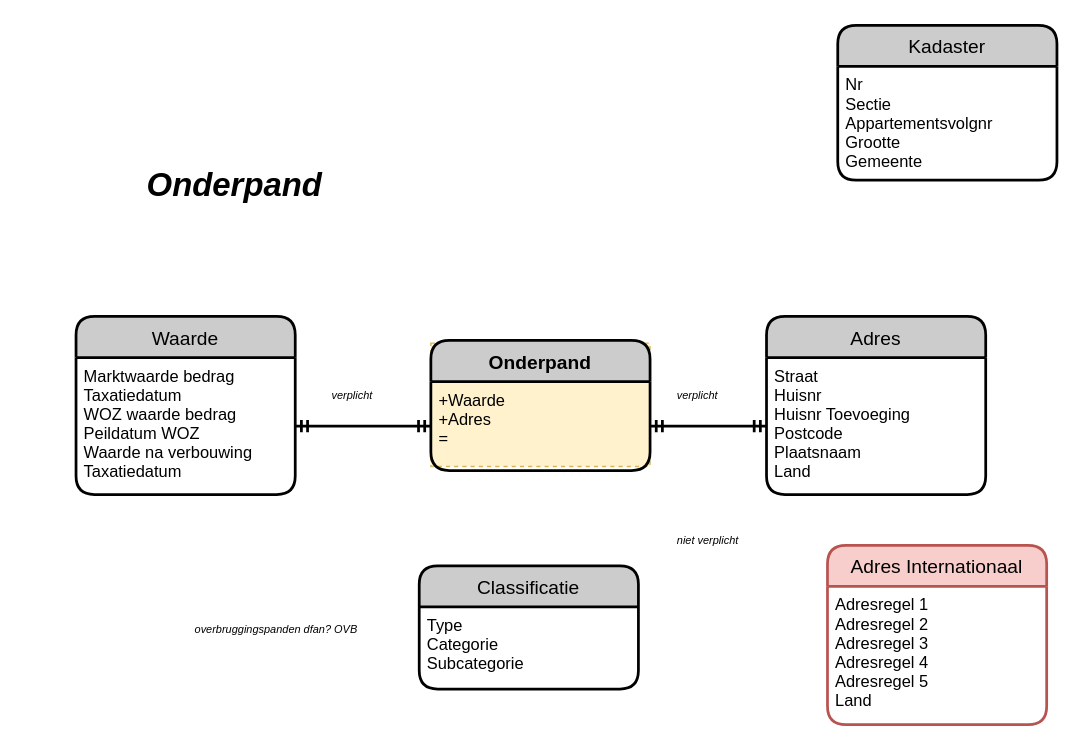
luchthandel/diagrams keeps this draw.io diagram as page "Onderpand" (3 of 6) of 3rdParty-HDN.drawio. Above is the earlier version. Source tidied: cells renumbered, new cells numbered last; positions are measured from the earlier drawing's top-left corner, leaving out a move shared by most shapes. Both pictures are drawn from the tidied source at 137%, with x=0, y=0 at pixel (75, 25).
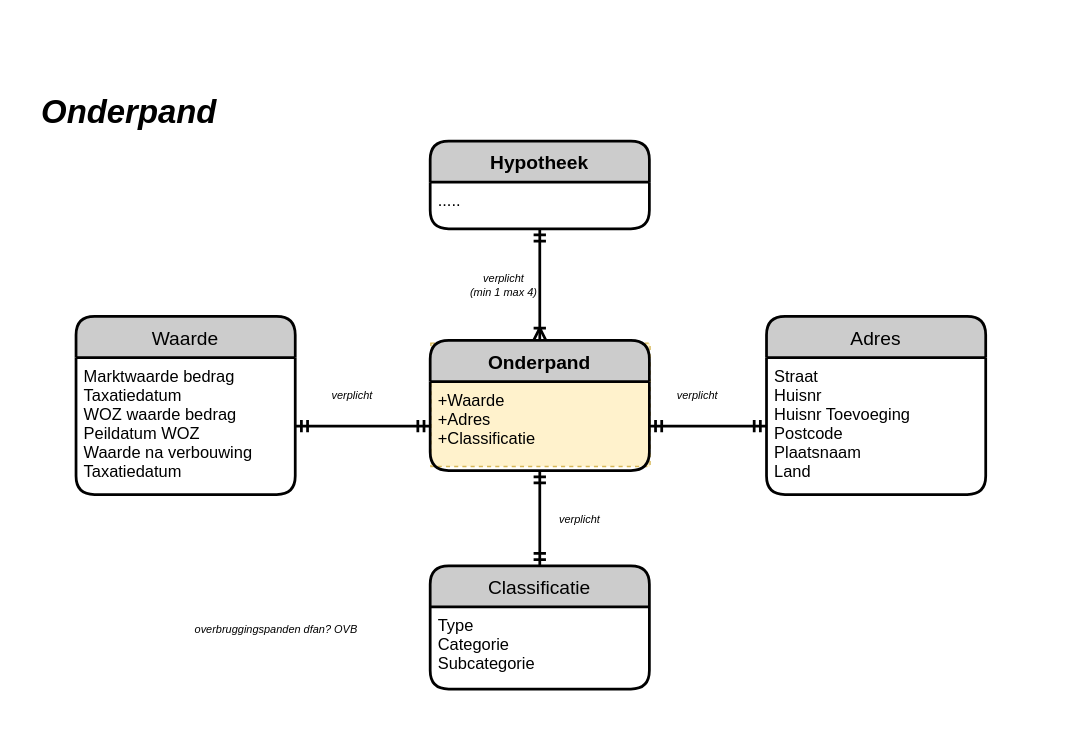
The same diagram, later.

What changed in the source:
```diff
@@
     <mxCell id="3" value="Onderpand" style="swimlane;horizontal=1;startSize=30;fillColor=#CCCCCC;fontColor=#000000;rounded=1;fontSize=14;fontStyle=1;strokeWidth=2;shadow=0;dashed=0;align=center;" parent="1" vertex="1">
-      <mxGeometry x="259" y="230" width="160" height="95" as="geometry" />
+      <mxGeometry x="258.5" y="230" width="160" height="95" as="geometry" />
     </mxCell>
-    <mxCell id="4" value="+Waarde&#10;+Adres&#10;=" style="align=left;strokeColor=none;fillColor=none;spacingLeft=4;fontSize=12;verticalAlign=top;" parent="3" vertex="1">
+    <mxCell id="4" value="+Waarde&#10;+Adres&#10;+Classificatie" style="align=left;strokeColor=none;fillColor=none;spacingLeft=4;fontSize=12;verticalAlign=top;" parent="3" vertex="1">
       <mxGeometry y="30" width="160" height="65" as="geometry" />
     </mxCell>
     <mxCell id="5" value="Classificatie" style="swimlane;horizontal=1;startSize=30;fillColor=#CCCCCC;fontColor=#000000;rounded=1;fontSize=14;fontStyle=0;strokeWidth=2;shadow=0;dashed=0;align=center;" parent="1" vertex="1">
-      <mxGeometry x="250.5" y="394.5" width="160" height="90" as="geometry" />
+      <mxGeometry x="258.5" y="394.5" width="160" height="90" as="geometry" />
     </mxCell>
@@
-    <mxCell id="9" value="Kadaster" style="swimlane;horizontal=1;startSize=30;fillColor=#CCCCCC;fontColor=#000000;rounded=1;fontSize=14;fontStyle=0;strokeWidth=2;shadow=0;dashed=0;align=center;" parent="1" vertex="1">
-      <mxGeometry x="556" width="160" height="113" as="geometry" />
-    </mxCell>
-    <mxCell id="10" value="Nr&#10;Sectie  &#10;Appartementsvolgnr &#10;Grootte &#10;Gemeente " style="align=left;strokeColor=none;fillColor=none;spacingLeft=4;fontSize=12;verticalAlign=top;" parent="9" vertex="1">
-      <mxGeometry y="30" width="160" height="83" as="geometry" />
-    </mxCell>
@@
     <mxCell id="13" value="&lt;span style=&quot;font-size: 24px&quot;&gt;&lt;b&gt;&lt;i&gt;Onderpand&lt;/i&gt;&lt;/b&gt;&lt;/span&gt;" style="text;html=1;strokeColor=none;fillColor=none;align=center;verticalAlign=middle;whiteSpace=wrap;rounded=0;" parent="1" vertex="1">
-      <mxGeometry x="39" y="63.5" width="154" height="106" as="geometry" />
+      <mxGeometry x="-38" y="10.5" width="154" height="106" as="geometry" />
     </mxCell>
@@
-    <mxCell id="18" value="niet verplicht" style="text;html=1;fontStyle=2;fontSize=8;" parent="1" vertex="1">
-      <mxGeometry x="436.5" y="364.5" width="50" height="30" as="geometry" />
-    </mxCell>
-    <mxCell id="19" value="Adres Internationaal" style="swimlane;horizontal=1;startSize=30;fillColor=#f8cecc;rounded=1;fontSize=14;fontStyle=0;strokeWidth=2;shadow=0;dashed=0;align=center;strokeColor=#b85450;" parent="1" vertex="1">
-      <mxGeometry x="548.5" y="379.5" width="160" height="131" as="geometry" />
-    </mxCell>
-    <mxCell id="20" value="Adresregel 1&#10;Adresregel 2&#10;Adresregel 3&#10;Adresregel 4&#10;Adresregel 5&#10;Land" style="align=left;strokeColor=none;fillColor=none;spacingLeft=4;fontSize=12;verticalAlign=top;" parent="19" vertex="1">
-      <mxGeometry y="30" width="160" height="101" as="geometry" />
-    </mxCell>
     <mxCell id="21" value="overbruggingspanden dfan? OVB" style="text;html=1;fontStyle=2;fontSize=8;" parent="1" vertex="1">
-      <mxGeometry x="85" y="430" width="50" height="30" as="geometry" />
+      <mxGeometry x="85" y="430" width="144" height="30" as="geometry" />
     </mxCell>
+    <mxCell id="22" style="edgeStyle=orthogonalEdgeStyle;rounded=0;jettySize=auto;html=1;exitX=0.5;exitY=1;exitDx=0;exitDy=0;startArrow=ERmandOne;startFill=0;endArrow=ERmandOne;endFill=0;strokeWidth=2;fontSize=8;entryX=0.5;entryY=0;entryDx=0;entryDy=0;" parent="1" edge="1" source="4" target="5">
+      <mxGeometry relative="1" as="geometry" />
+    </mxCell>
+    <mxCell id="23" value="Hypotheek" style="swimlane;horizontal=1;startSize=30;fillColor=#CCCCCC;fontColor=#000000;rounded=1;fontSize=14;fontStyle=1;strokeWidth=2;shadow=0;dashed=0;align=center;" parent="1" vertex="1">
+      <mxGeometry x="258.5" y="84.5" width="160" height="64" as="geometry" />
+    </mxCell>
+    <mxCell id="24" value="....." style="align=left;strokeColor=none;fillColor=none;spacingLeft=4;fontSize=12;verticalAlign=top;" parent="23" vertex="1">
+      <mxGeometry y="30" width="160" height="34" as="geometry" />
+    </mxCell>
+    <mxCell id="25" style="edgeStyle=orthogonalEdgeStyle;rounded=0;jettySize=auto;html=1;exitX=0.5;exitY=1;exitDx=0;exitDy=0;startArrow=ERmandOne;startFill=0;endArrow=ERoneToMany;endFill=0;strokeWidth=2;" parent="1" edge="1" source="24" target="3">
+      <mxGeometry relative="1" as="geometry" />
+    </mxCell>
+    <mxCell id="26" value="verplicht&lt;br&gt;(min 1 max 4)" style="text;html=1;fontStyle=2;fontSize=8;align=center;" parent="1" vertex="1">
+      <mxGeometry x="286.5" y="174" width="50" height="30" as="geometry" />
+    </mxCell>
+    <mxCell id="27" value="verplicht" style="text;html=1;fontStyle=2;fontSize=8;" parent="1" vertex="1">
+      <mxGeometry x="351" y="349.5" width="50" height="30" as="geometry" />
+    </mxCell>
```
